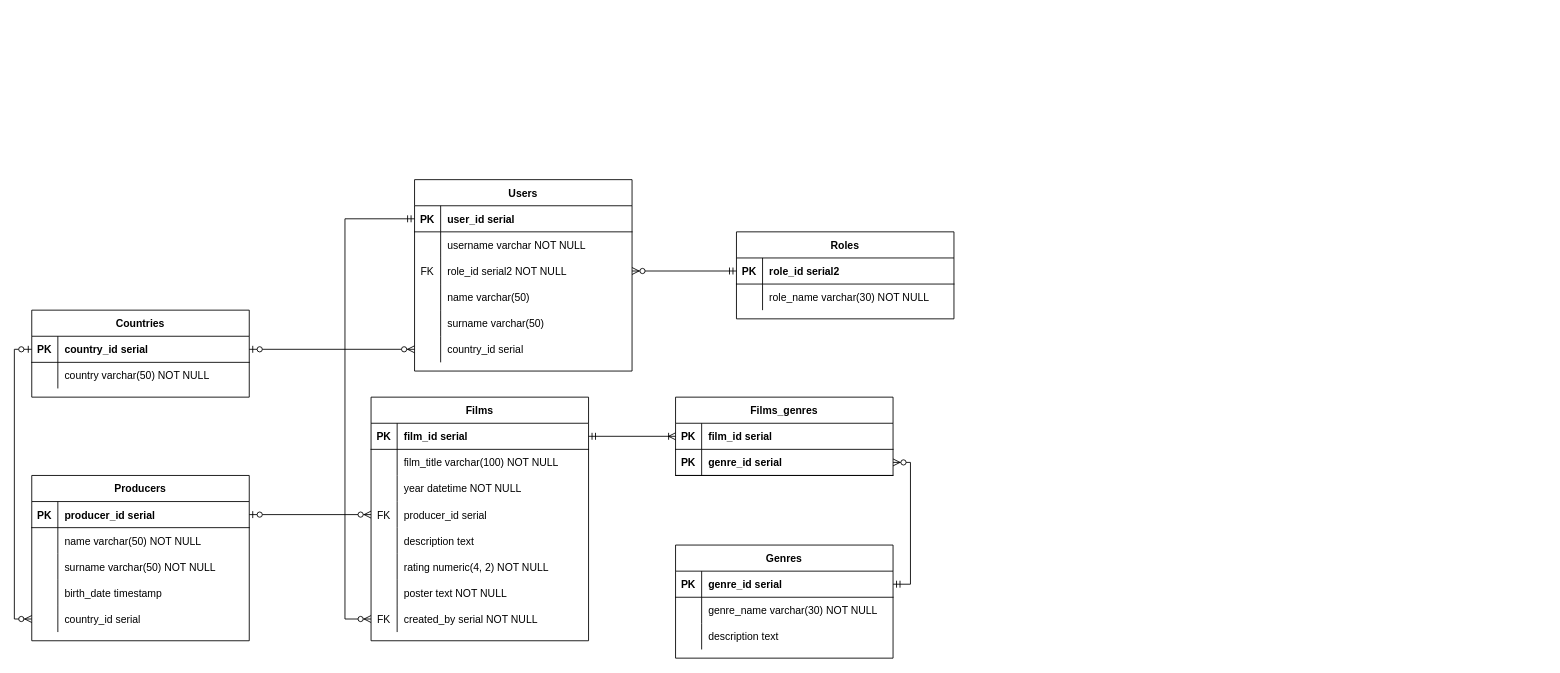
ricci5791/python-final-project keeps this draw.io diagram as er diagram.drawio. Above is the earlier version. Source tidied: cells renumbered, new cells numbered last; positions are measured from the earlier drawing's top-left corner, leaving out a move shared by most shapes. Both pictures are drawn from the tidied source at 87%, with x=0, y=0 at pixel (14, 179).
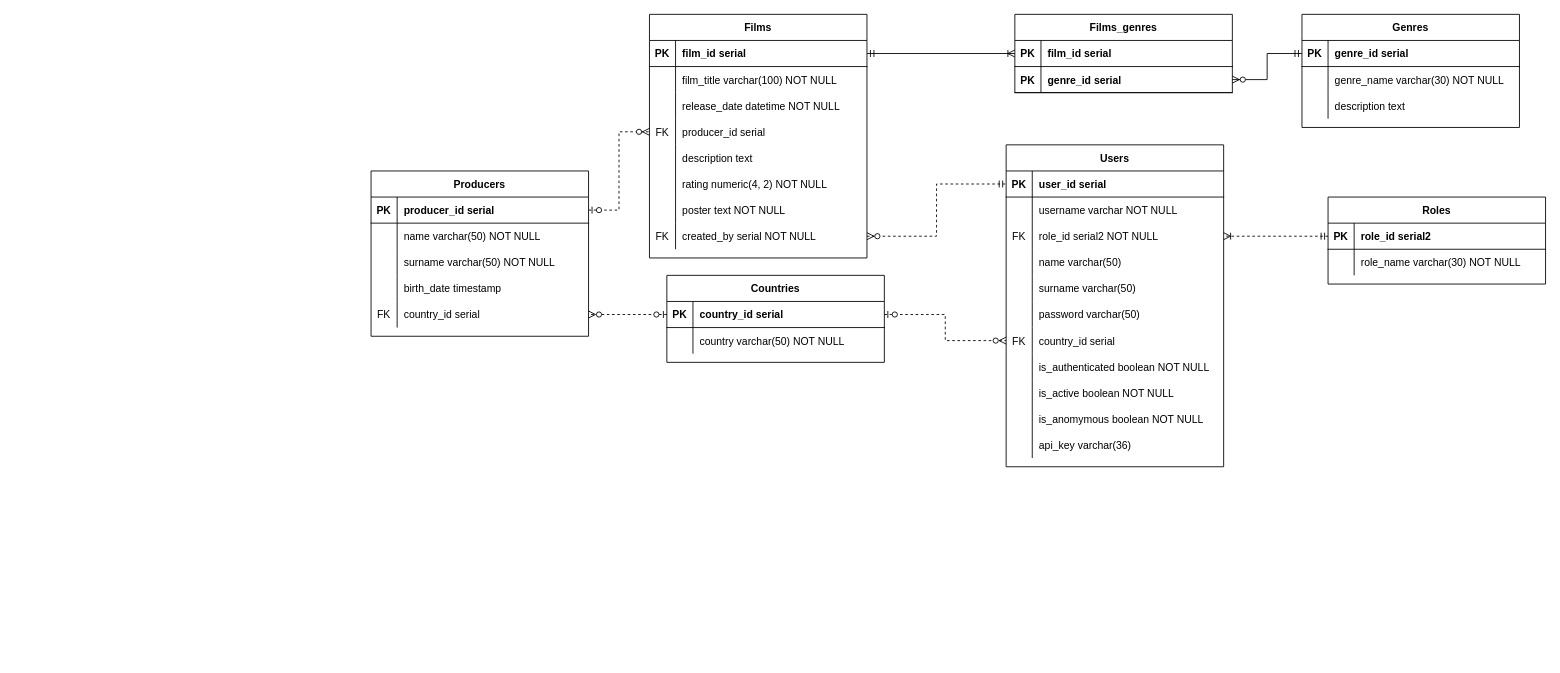
The same diagram, later.

Commit message:
added login related attributes to 'Users' model

The change refers to these unchanged cells:
```xml
<mxCell id="3" style="shape=partialRectangle;fillColor=none;points=[[0,0.5],[1,0.5]];portConstraint=eastwest;top=0;left=0;right=0;bottom=1;" parent="2" vertex="1">
  <mxGeometry y="30" width="250" height="30" as="geometry" />
</mxCell>
<mxCell id="9" style="shape=partialRectangle;fillColor=none;points=[[0,0.5],[1,0.5]];portConstraint=eastwest;top=0;left=0;right=0;bottom=0;" parent="2" vertex="1">
  <mxGeometry y="90" width="250" height="30" as="geometry" />
</mxCell>
<mxCell id="18" style="shape=partialRectangle;fillColor=none;points=[[0,0.5],[1,0.5]];portConstraint=eastwest;top=0;left=0;right=0;bottom=0;" parent="2" vertex="1">
  <mxGeometry y="180" width="250" height="30" as="geometry" />
</mxCell>
<mxCell id="22" style="shape=partialRectangle;fillColor=none;points=[[0,0.5],[1,0.5]];portConstraint=eastwest;top=0;left=0;right=0;bottom=1;" parent="21" vertex="1">
  <mxGeometry y="30" width="250" height="30" as="geometry" />
</mxCell>
<mxCell id="29" style="shape=partialRectangle;fillColor=none;points=[[0,0.5],[1,0.5]];portConstraint=eastwest;top=0;left=0;right=0;bottom=1;" parent="28" vertex="1">
  <mxGeometry y="30" width="250" height="30" as="geometry" />
</mxCell>
<mxCell id="41" style="shape=partialRectangle;fillColor=none;points=[[0,0.5],[1,0.5]];portConstraint=eastwest;top=0;left=0;right=0;bottom=0;" parent="28" vertex="1">
  <mxGeometry y="150" width="250" height="30" as="geometry" />
</mxCell>
<mxCell id="51" style="shape=partialRectangle;fillColor=none;top=0;left=0;right=0;bottom=0;" parent="44" vertex="1">
  <mxGeometry y="90" width="250" height="30" as="geometry" />
</mxCell>
<mxCell id="54" style="shape=partialRectangle;fillColor=none;points=[[0,0.5],[1,0.5]];portConstraint=eastwest;top=0;left=0;right=0;bottom=0;" parent="44" vertex="1">
  <mxGeometry y="120" width="250" height="30" as="geometry" />
</mxCell>
<mxCell id="66" style="shape=partialRectangle;fillColor=none;points=[[0,0.5],[1,0.5]];portConstraint=eastwest;top=0;left=0;right=0;bottom=0;" parent="44" vertex="1">
  <mxGeometry y="240" width="250" height="30" as="geometry" />
</mxCell>
<mxCell id="70" style="shape=partialRectangle;fillColor=none;points=[[0,0.5],[1,0.5]];portConstraint=eastwest;top=0;left=0;right=0;bottom=1;" parent="69" vertex="1">
  <mxGeometry y="30" width="250" height="30" as="geometry" />
</mxCell>
<mxCell id="83" style="shape=partialRectangle;fillColor=none;points=[[0,0.5],[1,0.5]];portConstraint=eastwest;top=0;left=0;right=0;bottom=1;" parent="79" vertex="1">
  <mxGeometry y="60" width="250" height="30" as="geometry" />
</mxCell>
<mxCell id="92" style="shape=partialRectangle;fillColor=none;points=[[0,0.5],[1,0.5]];portConstraint=eastwest;top=0;left=0;right=0;bottom=1;" parent="91" vertex="1">
  <mxGeometry y="30" width="250" height="30" as="geometry" />
</mxCell>
```

Diff of the diagram source:
```diff
@@
     <mxCell id="2" value="Users" style="shape=table;startSize=30;childLayout=tableLayout;rowLines=0;fontStyle=1;align=center;" parent="1" vertex="1">
-      <mxGeometry x="460" width="250" height="220" as="geometry" />
+      <mxGeometry x="1140" y="-40" width="250" height="370" as="geometry" />
     </mxCell>
@@
-    <mxCell id="20" value="country_id serial" style="shape=partialRectangle;overflow=hidden;fillColor=none;top=0;left=0;bottom=0;right=0;align=left;spacingLeft=6;horizontal=1;" parent="18" vertex="1">
+    <mxCell id="20" value="password varchar(50)" style="shape=partialRectangle;overflow=hidden;fillColor=none;top=0;left=0;bottom=0;right=0;align=left;spacingLeft=6;horizontal=1;" parent="18" vertex="1">
       <mxGeometry x="30" width="220" height="30" as="geometry" />
     </mxCell>
+    <mxCell id="100" style="shape=partialRectangle;fillColor=none;points=[[0,0.5],[1,0.5]];portConstraint=eastwest;top=0;left=0;right=0;bottom=0;" parent="2" vertex="1">
+      <mxGeometry y="210" width="250" height="30" as="geometry" />
+    </mxCell>
+    <mxCell id="101" value="FK" style="shape=partialRectangle;overflow=hidden;fillColor=none;top=0;left=0;bottom=0;right=0;" parent="100" vertex="1">
+      <mxGeometry width="30" height="30" as="geometry" />
+    </mxCell>
+    <mxCell id="102" value="country_id serial" style="shape=partialRectangle;overflow=hidden;fillColor=none;top=0;left=0;bottom=0;right=0;align=left;spacingLeft=6;horizontal=1;" parent="100" vertex="1">
+      <mxGeometry x="30" width="220" height="30" as="geometry" />
+    </mxCell>
+    <mxCell id="103" style="shape=partialRectangle;fillColor=none;top=0;left=0;right=0;bottom=0;" parent="2" vertex="1">
+      <mxGeometry y="240" width="250" height="30" as="geometry" />
+    </mxCell>
+    <mxCell id="104" style="shape=partialRectangle;overflow=hidden;fillColor=none;top=0;left=0;bottom=0;right=0;" parent="103" vertex="1">
+      <mxGeometry width="30" height="30" as="geometry" />
+    </mxCell>
+    <mxCell id="105" value="is_authenticated boolean NOT NULL" style="shape=partialRectangle;overflow=hidden;fillColor=none;top=0;left=0;bottom=0;right=0;align=left;spacingLeft=6;horizontal=1;" parent="103" vertex="1">
+      <mxGeometry x="30" width="220" height="30" as="geometry" />
+    </mxCell>
+    <mxCell id="106" style="shape=partialRectangle;fillColor=none;top=0;left=0;right=0;bottom=0;" parent="2" vertex="1">
+      <mxGeometry y="270" width="250" height="30" as="geometry" />
+    </mxCell>
+    <mxCell id="107" style="shape=partialRectangle;overflow=hidden;fillColor=none;top=0;left=0;bottom=0;right=0;" parent="106" vertex="1">
+      <mxGeometry width="30" height="30" as="geometry" />
+    </mxCell>
+    <mxCell id="108" value="is_active boolean NOT NULL" style="shape=partialRectangle;overflow=hidden;fillColor=none;top=0;left=0;bottom=0;right=0;align=left;spacingLeft=6;horizontal=1;" parent="106" vertex="1">
+      <mxGeometry x="30" width="220" height="30" as="geometry" />
+    </mxCell>
+    <mxCell id="109" style="shape=partialRectangle;fillColor=none;top=0;left=0;right=0;bottom=0;" parent="2" vertex="1">
+      <mxGeometry y="300" width="250" height="30" as="geometry" />
+    </mxCell>
+    <mxCell id="110" style="shape=partialRectangle;overflow=hidden;fillColor=none;top=0;left=0;bottom=0;right=0;" parent="109" vertex="1">
+      <mxGeometry width="30" height="30" as="geometry" />
+    </mxCell>
+    <mxCell id="111" value="is_anomymous boolean NOT NULL" style="shape=partialRectangle;overflow=hidden;fillColor=none;top=0;left=0;bottom=0;right=0;align=left;spacingLeft=6;horizontal=1;" parent="109" vertex="1">
+      <mxGeometry x="30" width="220" height="30" as="geometry" />
+    </mxCell>
+    <mxCell id="112" style="shape=partialRectangle;fillColor=none;top=0;left=0;right=0;bottom=0;" parent="2" vertex="1">
+      <mxGeometry y="330" width="250" height="30" as="geometry" />
+    </mxCell>
+    <mxCell id="113" style="shape=partialRectangle;overflow=hidden;fillColor=none;top=0;left=0;bottom=0;right=0;" parent="112" vertex="1">
+      <mxGeometry width="30" height="30" as="geometry" />
+    </mxCell>
+    <mxCell id="114" value="api_key varchar(36)" style="shape=partialRectangle;overflow=hidden;fillColor=none;top=0;left=0;bottom=0;right=0;align=left;spacingLeft=6;horizontal=1;" parent="112" vertex="1">
+      <mxGeometry x="30" width="220" height="30" as="geometry" />
+    </mxCell>
     <mxCell id="21" value="Roles" style="shape=table;startSize=30;childLayout=tableLayout;rowLines=0;fontStyle=1;align=center;" parent="1" vertex="1">
-      <mxGeometry x="830" y="60" width="250" height="100" as="geometry" />
+      <mxGeometry x="1510" y="20" width="250" height="100" as="geometry" />
     </mxCell>
@@
     <mxCell id="28" value="Producers" style="shape=table;startSize=30;childLayout=tableLayout;rowLines=0;fontStyle=1;align=center;" parent="1" vertex="1">
-      <mxGeometry x="20" y="340" width="250" height="190" as="geometry" />
+      <mxGeometry x="410" y="-10" width="250" height="190" as="geometry" />
     </mxCell>
@@
-    <mxCell id="42" style="shape=partialRectangle;overflow=hidden;fillColor=none;top=0;left=0;bottom=0;right=0;" parent="41" vertex="1">
+    <mxCell id="42" value="FK" style="shape=partialRectangle;overflow=hidden;fillColor=none;top=0;left=0;bottom=0;right=0;" parent="41" vertex="1">
       <mxGeometry width="30" height="30" as="geometry" />
     </mxCell>
@@
     <mxCell id="44" value="Films" style="shape=table;startSize=30;childLayout=tableLayout;rowLines=0;fontStyle=1;align=center;" parent="1" vertex="1">
-      <mxGeometry x="410" y="250" width="250" height="280" as="geometry" />
+      <mxGeometry x="730" y="-190" width="250" height="280" as="geometry" />
     </mxCell>
@@
-    <mxCell id="53" value="year datetime NOT NULL" style="shape=partialRectangle;overflow=hidden;fillColor=none;top=0;left=0;bottom=0;right=0;align=left;spacingLeft=6;horizontal=1;" parent="51" vertex="1">
+    <mxCell id="53" value="release_date datetime NOT NULL" style="shape=partialRectangle;overflow=hidden;fillColor=none;top=0;left=0;bottom=0;right=0;align=left;spacingLeft=6;horizontal=1;" parent="51" vertex="1">
       <mxGeometry x="30" width="220" height="30" as="geometry" />
     </mxCell>
@@
     <mxCell id="69" value="Genres" style="shape=table;startSize=30;childLayout=tableLayout;rowLines=0;fontStyle=1;align=center;" parent="1" vertex="1">
-      <mxGeometry x="760" y="420" width="250" height="130" as="geometry" />
+      <mxGeometry x="1480" y="-190" width="250" height="130" as="geometry" />
     </mxCell>
@@
     <mxCell id="79" value="Films_genres" style="shape=table;startSize=30;childLayout=tableLayout;rowLines=0;fontStyle=1;align=center;" parent="1" vertex="1">
-      <mxGeometry x="760" y="250" width="250" height="90" as="geometry" />
+      <mxGeometry x="1150" y="-190" width="250" height="90" as="geometry" />
     </mxCell>
@@
-    <mxCell id="86" style="edgeStyle=orthogonalEdgeStyle;rounded=0;jettySize=auto;html=1;endArrow=ERzeroToMany;endFill=1;startArrow=ERzeroToOne;startFill=1;" parent="1" edge="1" source="29" target="54">
+    <mxCell id="86" style="edgeStyle=orthogonalEdgeStyle;rounded=0;jettySize=auto;html=1;endArrow=ERzeroToMany;endFill=1;startArrow=ERzeroToOne;startFill=1;dashed=1;" parent="1" edge="1" source="29" target="54">
       <mxGeometry relative="1" as="geometry" />
     </mxCell>
     <mxCell id="87" style="edgeStyle=orthogonalEdgeStyle;rounded=0;jettySize=auto;html=1;startArrow=ERmandOne;startFill=0;endArrow=ERzeroToMany;endFill=1;" parent="1" edge="1" source="70" target="83">
-      <mxGeometry relative="1" as="geometry">
-        <Array as="points">
-          <mxPoint x="1030" y="465" />
-          <mxPoint x="1030" y="325" />
-        </Array>
-      </mxGeometry>
+      <mxGeometry relative="1" as="geometry" />
     </mxCell>
@@
-    <mxCell id="89" style="edgeStyle=orthogonalEdgeStyle;rounded=0;jettySize=auto;html=1;jumpStyle=none;shadow=0;startArrow=ERzeroToMany;startFill=1;endArrow=ERmandOne;endFill=0;" parent="1" edge="1" source="66" target="3">
-      <mxGeometry relative="1" as="geometry">
-        <Array as="points">
-          <mxPoint x="380" y="505" />
-          <mxPoint x="380" y="45" />
-        </Array>
-      </mxGeometry>
+    <mxCell id="89" style="edgeStyle=orthogonalEdgeStyle;rounded=0;jettySize=auto;html=1;jumpStyle=none;shadow=0;startArrow=ERzeroToMany;startFill=1;endArrow=ERmandOne;endFill=0;dashed=1;" parent="1" edge="1" source="66" target="3">
+      <mxGeometry relative="1" as="geometry" />
     </mxCell>
-    <mxCell id="90" style="edgeStyle=orthogonalEdgeStyle;rounded=0;jettySize=auto;html=1;startArrow=ERmandOne;startFill=0;endArrow=ERzeroToMany;endFill=1;" parent="1" edge="1" source="22" target="9">
+    <mxCell id="90" style="edgeStyle=orthogonalEdgeStyle;rounded=0;jettySize=auto;html=1;startArrow=ERmandOne;startFill=0;endArrow=ERoneToMany;endFill=0;dashed=1;" parent="1" edge="1" source="22" target="9">
       <mxGeometry relative="1" as="geometry" />
     </mxCell>
     <mxCell id="91" value="Countries" style="shape=table;startSize=30;childLayout=tableLayout;rowLines=0;fontStyle=1;align=center;" parent="1" vertex="1">
-      <mxGeometry x="20" y="150" width="250" height="100" as="geometry" />
+      <mxGeometry x="750" y="110" width="250" height="100" as="geometry" />
     </mxCell>
@@
-    <mxCell id="98" style="edgeStyle=orthogonalEdgeStyle;rounded=0;jettySize=auto;html=1;startArrow=ERzeroToOne;startFill=1;endArrow=ERzeroToMany;endFill=1;" parent="1" edge="1" source="92" target="18">
+    <mxCell id="98" style="edgeStyle=orthogonalEdgeStyle;rounded=0;jettySize=auto;html=1;startArrow=ERzeroToOne;startFill=1;endArrow=ERzeroToMany;endFill=1;dashed=1;" parent="1" edge="1" source="92" target="100">
       <mxGeometry relative="1" as="geometry" />
     </mxCell>
-    <mxCell id="99" style="edgeStyle=orthogonalEdgeStyle;rounded=0;jettySize=auto;html=1;startArrow=ERzeroToOne;startFill=1;endArrow=ERzeroToMany;endFill=1;" parent="1" edge="1" source="92" target="41">
-      <mxGeometry relative="1" as="geometry">
-        <Array as="points">
-          <mxPoint y="195" />
-          <mxPoint y="505" />
-        </Array>
-      </mxGeometry>
+    <mxCell id="99" style="edgeStyle=orthogonalEdgeStyle;rounded=0;jettySize=auto;html=1;startArrow=ERzeroToOne;startFill=1;endArrow=ERzeroToMany;endFill=1;dashed=1;" parent="1" edge="1" source="92" target="41">
+      <mxGeometry relative="1" as="geometry" />
     </mxCell>
```
